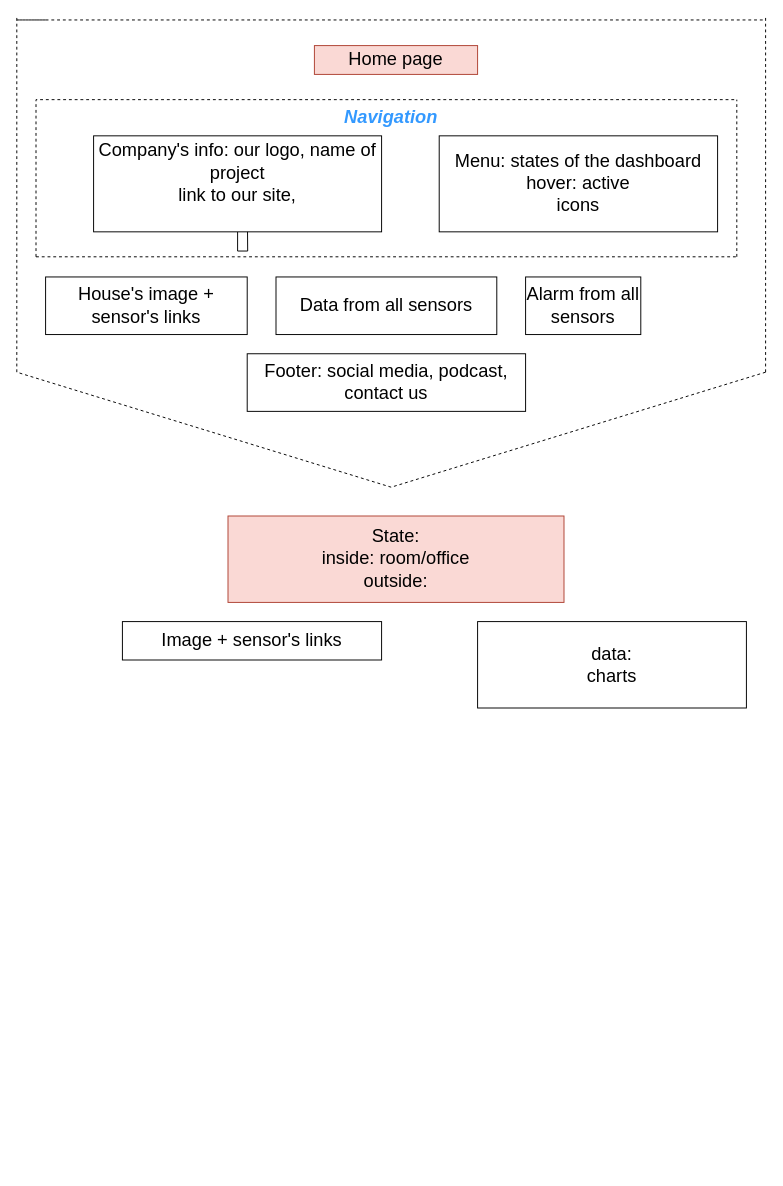
rizhenkolv/learning keeps this draw.io diagram as things diagramm.drawio. Above is the earlier version. Source tidied: cells renumbered, new cells numbered last; positions are measured from the earlier drawing's top-left corner, leaving out a move shared by most shapes. Both pictures are drawn from the tidied source at 96%, with x=0, y=0 at pixel (16, 16).
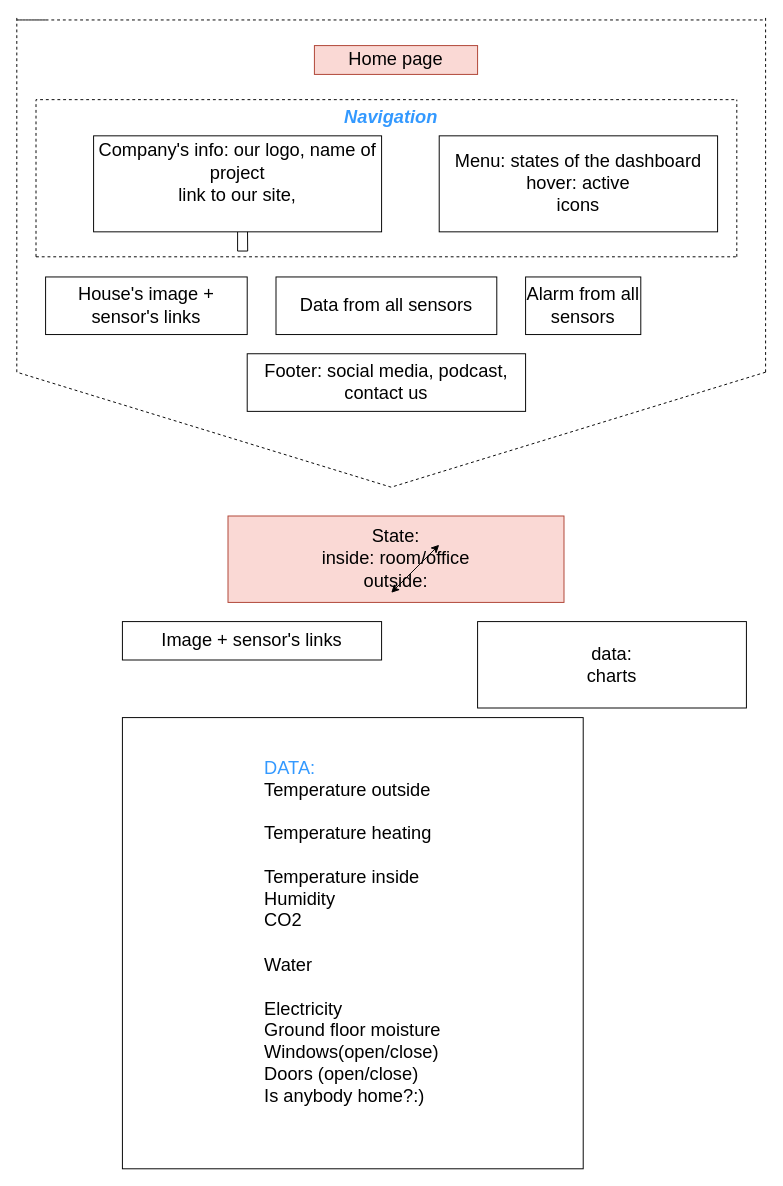
The same page after the edit.

Diff of the diagram source:
```diff
@@
+    <mxCell id="23" value="&lt;div align=&quot;left&quot;&gt;DATA:&lt;font color=&quot;#000000&quot;&gt;&lt;br&gt;&lt;/font&gt;&lt;/div&gt;&lt;div align=&quot;left&quot;&gt;&lt;font color=&quot;#000000&quot;&gt;Temperature outside&amp;nbsp;&amp;nbsp; &lt;br&gt;&lt;/font&gt;&lt;/div&gt;&lt;div align=&quot;left&quot;&gt;&lt;div&gt;&lt;br&gt;&lt;/div&gt;&lt;div&gt;&lt;font color=&quot;#000000&quot;&gt;Temperature heating&lt;br&gt;&lt;/font&gt;&lt;/div&gt;&lt;div&gt;&lt;font color=&quot;#000000&quot;&gt;&lt;br&gt;&lt;/font&gt;&lt;/div&gt;&lt;div&gt;&lt;div&gt;&lt;font color=&quot;#000000&quot;&gt;Temperature inside&lt;/font&gt;&lt;/div&gt;&lt;/div&gt;&lt;/div&gt;&lt;div align=&quot;left&quot;&gt;&lt;font color=&quot;#000000&quot;&gt;Humidity&lt;/font&gt;&lt;br&gt;&lt;/div&gt;&lt;div align=&quot;left&quot;&gt;&lt;font color=&quot;#000000&quot;&gt;CO2&lt;/font&gt;&lt;/div&gt;&lt;div align=&quot;left&quot;&gt;&lt;font color=&quot;#000000&quot;&gt;&lt;br&gt;&lt;/font&gt;&lt;/div&gt;&lt;div align=&quot;left&quot;&gt;&lt;font color=&quot;#000000&quot;&gt;Water &lt;br&gt;&lt;/font&gt;&lt;/div&gt;&lt;div align=&quot;left&quot;&gt;&lt;font color=&quot;#000000&quot;&gt;&lt;br&gt;&lt;/font&gt;&lt;/div&gt;&lt;div align=&quot;left&quot;&gt;&lt;font color=&quot;#000000&quot;&gt;Electricity&lt;/font&gt;&lt;br&gt;&lt;/div&gt;&lt;div align=&quot;left&quot;&gt;&lt;font color=&quot;#000000&quot;&gt;Ground floor moisture&lt;/font&gt;&lt;br&gt;&lt;/div&gt;&lt;div align=&quot;left&quot;&gt;&lt;font color=&quot;#000000&quot;&gt;Windows(open/close)&lt;/font&gt;&lt;/div&gt;&lt;div align=&quot;left&quot;&gt;&lt;font color=&quot;#000000&quot;&gt;Doors (open/close)&lt;/font&gt;&lt;br&gt;&lt;/div&gt;&lt;div align=&quot;left&quot;&gt;&lt;font color=&quot;#000000&quot;&gt;Is anybody home?:)&lt;/font&gt;&lt;/div&gt;&lt;div&gt;&lt;font color=&quot;#000000&quot;&gt;&lt;br&gt;&lt;/font&gt;&lt;/div&gt;" style="rounded=0;whiteSpace=wrap;html=1;fontSize=19;fontColor=#3399FF;align=center;" parent="1" vertex="1">
+      <mxGeometry x="110" y="730" width="480" height="470" as="geometry" />
+    </mxCell>
+    <mxCell id="24" style="endArrow=classic;startArrow=classic;html=1;rounded=0;fontSize=19;fontColor=#000000;" parent="1" edge="1">
+      <mxGeometry relative="1" as="geometry">
+        <mxPoint x="390" y="600" as="sourcePoint" />
+        <mxPoint x="440" y="550" as="targetPoint" />
+      </mxGeometry>
+    </mxCell>
```
